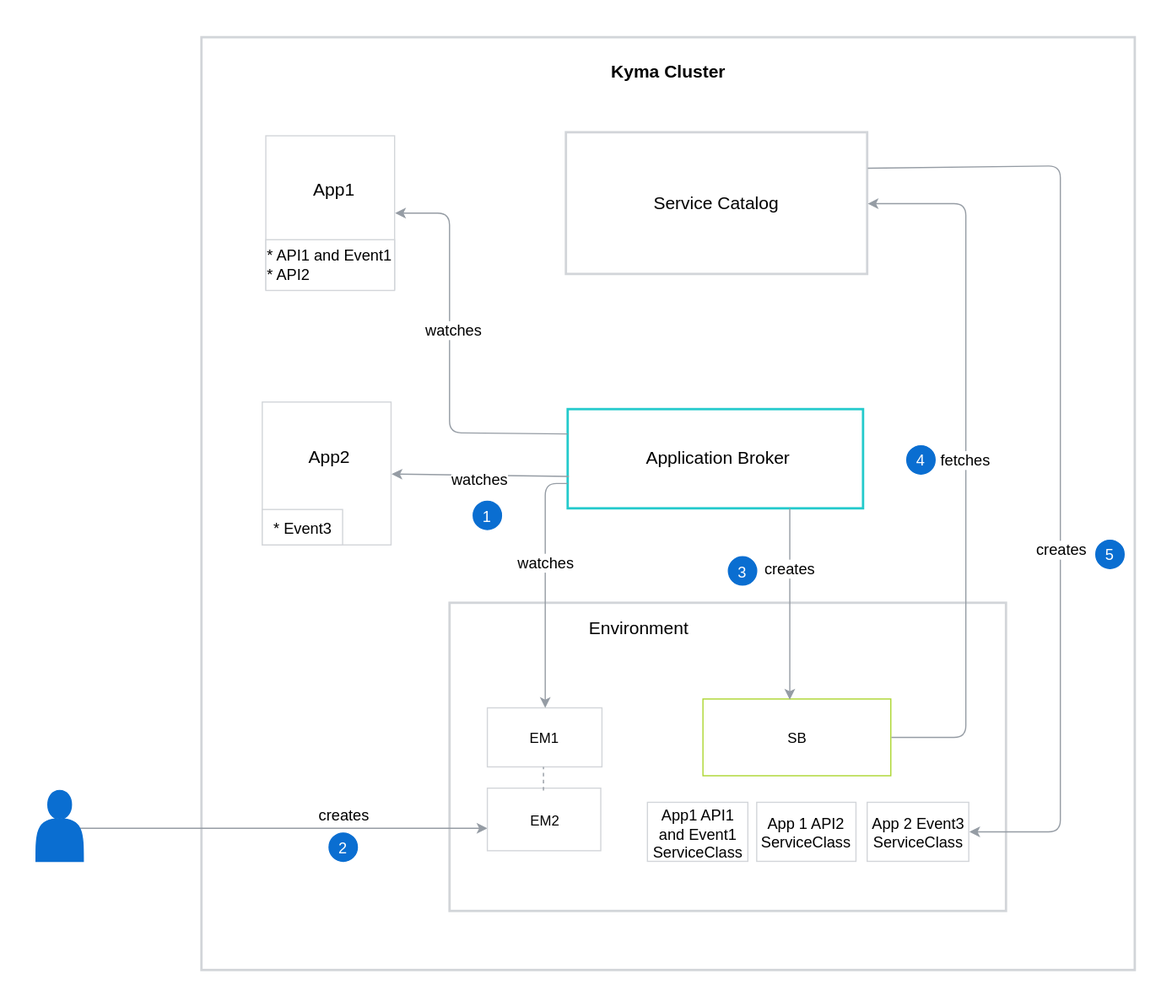
The draw.io diagram docs/service-brokers/docs/assets/001-AB-architecture.svg in kyma-project/kyma, before a commit. Source tidied: cells renumbered, new cells last; positions are measured from the earlier drawing's top-left corner, leaving out a move shared by most shapes.
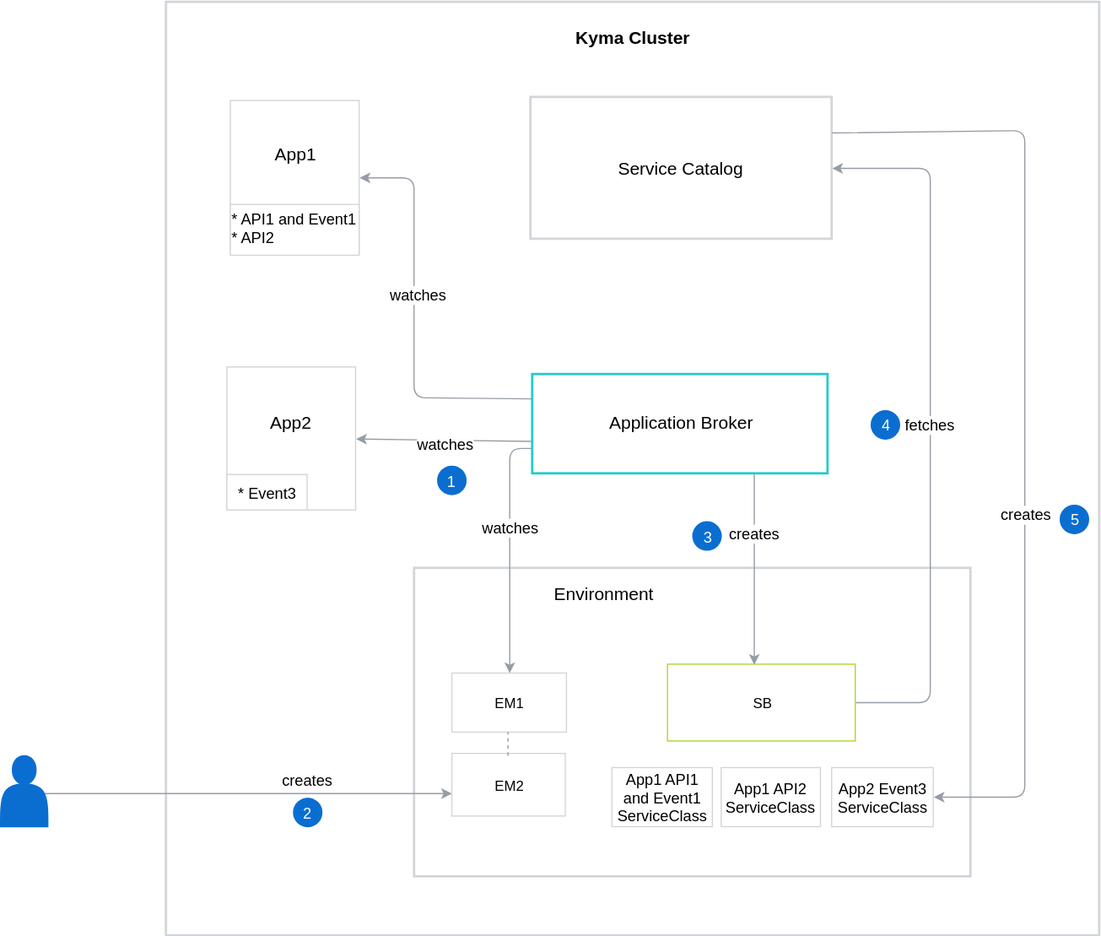
Above is the later version.

Diff of the diagram source:
```diff
@@ -11,7 +11,7 @@
     <mxCell id="4" style="rounded=0;whiteSpace=wrap;html=1;strokeColor=#24CACC;strokeWidth=2;" parent="1" vertex="1">
       <mxGeometry x="450" y="315" width="250" height="84" as="geometry" />
     </mxCell>
-    <mxCell id="5" value="&lt;font style=&quot;font-size: 15px&quot;&gt;Remote Environment Broker&lt;/font&gt;" style="text;html=1;strokeColor=none;fillColor=none;align=center;verticalAlign=middle;whiteSpace=wrap;rounded=0;" parent="1" vertex="1">
+    <mxCell id="5" value="&lt;font style=&quot;font-size: 15px&quot;&gt;Application Broker&lt;/font&gt;" style="text;html=1;strokeColor=none;fillColor=none;align=center;verticalAlign=middle;whiteSpace=wrap;rounded=0;" parent="1" vertex="1">
       <mxGeometry x="474.5" y="345.5" width="203" height="20" as="geometry" />
     </mxCell>
     <mxCell id="6" value="&lt;div style=&quot;text-align: center&quot;&gt;&lt;span style=&quot;color: rgb(255 , 255 , 255)&quot;&gt;&lt;font style=&quot;font-size: 13px&quot;&gt;1&lt;/font&gt;&lt;/span&gt;&lt;/div&gt;" style="ellipse;whiteSpace=wrap;html=1;strokeColor=#0A6ED1;strokeWidth=1;fillColor=#0A6ED1;" parent="1" vertex="1">
@@ -20,7 +20,7 @@
     <mxCell id="7" style="rounded=0;whiteSpace=wrap;html=1;strokeColor=#D2D5D9;" parent="1" vertex="1">
       <mxGeometry x="194.5" y="83.5" width="109" height="130" as="geometry" />
     </mxCell>
-    <mxCell id="8" value="&lt;font style=&quot;font-size: 15px&quot;&gt;RE1&lt;/font&gt;&lt;br&gt;" style="text;html=1;strokeColor=none;fillColor=none;align=center;verticalAlign=middle;whiteSpace=wrap;rounded=0;" parent="1" vertex="1">
+    <mxCell id="8" value="&lt;font style=&quot;font-size: 15px&quot;&gt;App1&lt;/font&gt;&lt;br&gt;" style="text;html=1;strokeColor=none;fillColor=none;align=center;verticalAlign=middle;whiteSpace=wrap;rounded=0;" parent="1" vertex="1">
       <mxGeometry x="221.5" y="103.5" width="55" height="50" as="geometry" />
     </mxCell>
     <mxCell id="9" style="rounded=0;whiteSpace=wrap;html=1;strokeColor=#D2D5D9;" parent="1" vertex="1">
@@ -29,7 +29,7 @@
     <mxCell id="10" style="rounded=0;whiteSpace=wrap;html=1;strokeColor=#D2D5D9;" parent="1" vertex="1">
       <mxGeometry x="191.5" y="309" width="109" height="121" as="geometry" />
     </mxCell>
-    <mxCell id="11" value="&lt;font style=&quot;font-size: 15px&quot;&gt;RE2&lt;/font&gt;&lt;br&gt;" style="text;html=1;strokeColor=none;fillColor=none;align=center;verticalAlign=middle;whiteSpace=wrap;rounded=0;" parent="1" vertex="1">
+    <mxCell id="11" value="&lt;font style=&quot;font-size: 15px&quot;&gt;App2&lt;/font&gt;&lt;br&gt;" style="text;html=1;strokeColor=none;fillColor=none;align=center;verticalAlign=middle;whiteSpace=wrap;rounded=0;" parent="1" vertex="1">
       <mxGeometry x="223" y="330" width="45" height="50" as="geometry" />
     </mxCell>
     <mxCell id="12" style="rounded=0;whiteSpace=wrap;html=1;strokeColor=#D2D5D9;" parent="1" vertex="1">
@@ -119,13 +119,13 @@
         <mxPoint x="3" y="24.5" as="offset" />
       </mxGeometry>
     </mxCell>
-    <mxCell id="35" value="&lt;font style=&quot;font-size: 13px&quot;&gt;RE1 API1 and Event1 ServiceClass&lt;/font&gt;" style="rounded=0;whiteSpace=wrap;html=1;strokeColor=#D2D5D9;strokeWidth=1;fillColor=#ffffff;" parent="1" vertex="1">
+    <mxCell id="35" value="&lt;font style=&quot;font-size: 13px&quot;&gt;App1 API1 and Event1 ServiceClass&lt;/font&gt;" style="rounded=0;whiteSpace=wrap;html=1;strokeColor=#D2D5D9;strokeWidth=1;fillColor=#ffffff;" parent="1" vertex="1">
       <mxGeometry x="517.5" y="648" width="85" height="50" as="geometry" />
     </mxCell>
-    <mxCell id="36" value="&lt;font style=&quot;font-size: 13px&quot;&gt;RE1 API2 ServiceClass&lt;/font&gt;" style="rounded=0;whiteSpace=wrap;html=1;strokeColor=#D2D5D9;strokeWidth=1;fillColor=#ffffff;" parent="1" vertex="1">
+    <mxCell id="36" value="&lt;font style=&quot;font-size: 13px&quot;&gt;App1 API2 ServiceClass&lt;/font&gt;" style="rounded=0;whiteSpace=wrap;html=1;strokeColor=#D2D5D9;strokeWidth=1;fillColor=#ffffff;" parent="1" vertex="1">
       <mxGeometry x="610" y="648" width="84" height="50" as="geometry" />
     </mxCell>
-    <mxCell id="37" value="&lt;font style=&quot;font-size: 13px&quot;&gt;RE2 Event3 ServiceClass&lt;/font&gt;" style="rounded=0;whiteSpace=wrap;html=1;strokeColor=#D2D5D9;strokeWidth=1;fillColor=#ffffff;" parent="1" vertex="1">
+    <mxCell id="37" value="&lt;font style=&quot;font-size: 13px&quot;&gt;App2 Event3 ServiceClass&lt;/font&gt;" style="rounded=0;whiteSpace=wrap;html=1;strokeColor=#D2D5D9;strokeWidth=1;fillColor=#ffffff;" parent="1" vertex="1">
       <mxGeometry x="703.5" y="648" width="86" height="50" as="geometry" />
     </mxCell>
     <mxCell id="38" style="endArrow=classic;html=1;strokeColor=#959CA4;fontSize=13;fontColor=#000000;exitX=1;exitY=0.25;entryX=1;entryY=0.5;" parent="1" edge="1" source="14" target="37">
```
